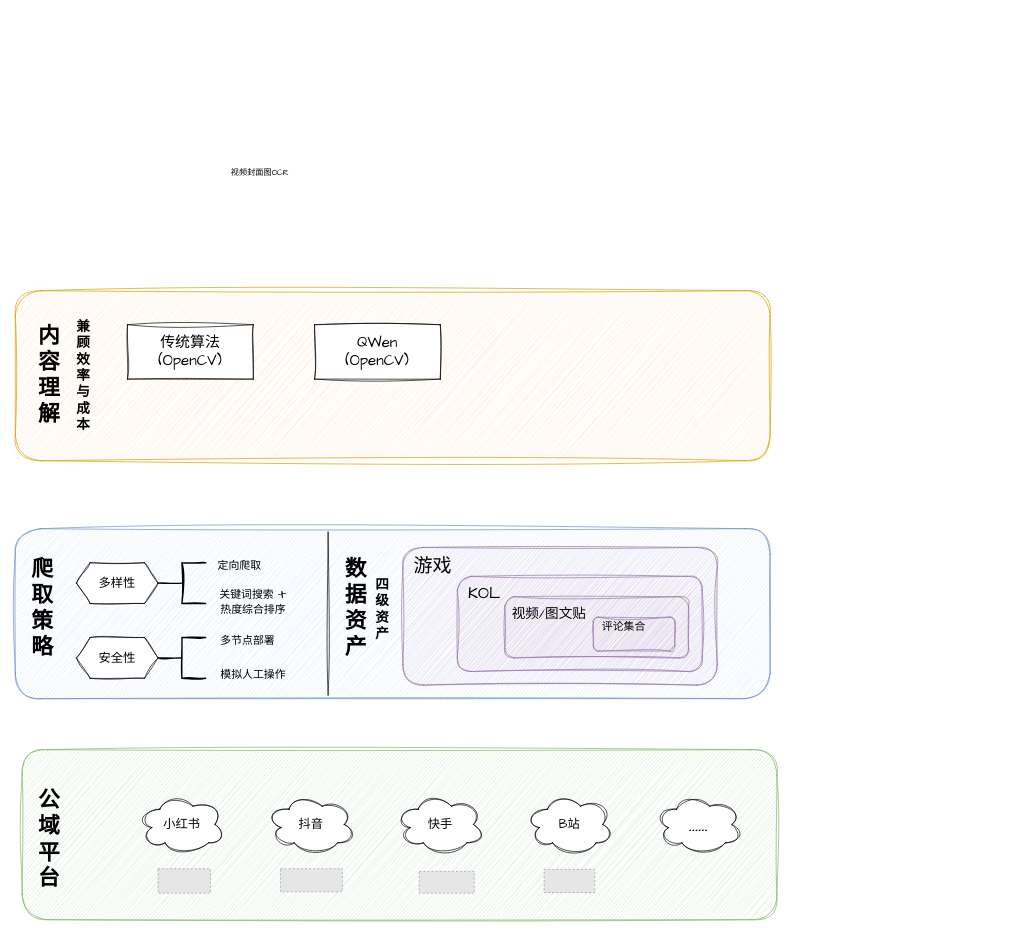
This is public-domain.drawio from skindhu/9GAG, a draw.io file, before an edit. Source tidied: cells renumbered, new cells numbered last; positions are measured from the earlier drawing's top-left corner, leaving out a move shared by most shapes. Both pictures are drawn from the tidied source at 68%, with x=0, y=0 at pixel (15, 161). Pictures stored in the file or linked from it are replaced by grey dashed boxes.
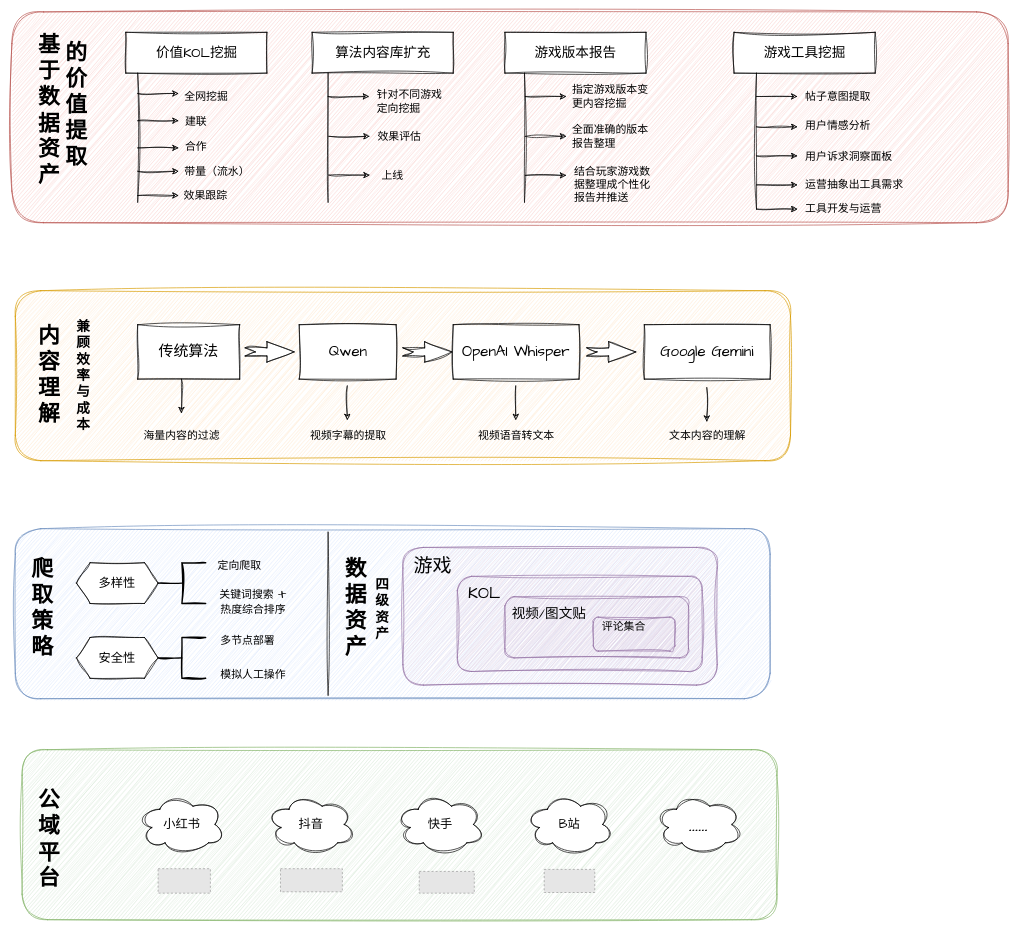
After the change.

What changed in the source:
```diff
@@
     <mxCell id="34" style="rounded=1;whiteSpace=wrap;html=1;sketch=1;hachureGap=4;jiggle=2;curveFitting=1;fontFamily=Architects Daughter;fillColor=#ffe6cc;strokeColor=#d79b00;" parent="1" vertex="1">
-      <mxGeometry y="190" width="1110" height="250" as="geometry" />
+      <mxGeometry y="190" width="1140" height="250" as="geometry" />
     </mxCell>
@@
-    <mxCell id="36" value="&lt;font style=&quot;font-size: 22px;&quot;&gt;传统算法&lt;br&gt;(OpenCV)&lt;/font&gt;" style="rounded=0;whiteSpace=wrap;html=1;sketch=1;hachureGap=4;jiggle=2;curveFitting=1;fontFamily=Architects Daughter;" parent="1" vertex="1">
-      <mxGeometry x="165" y="240" width="185" height="80" as="geometry" />
+    <mxCell id="36" value="&lt;font style=&quot;font-size: 22px;&quot;&gt;传统算法&lt;br&gt;&lt;/font&gt;" style="rounded=0;whiteSpace=wrap;html=1;sketch=1;hachureGap=4;jiggle=2;curveFitting=1;fontFamily=Architects Daughter;" parent="1" vertex="1">
+      <mxGeometry x="180" y="240" width="150" height="80" as="geometry" />
     </mxCell>
@@
-    <mxCell id="38" value="视频封面图OCR&lt;div&gt;&lt;br/&gt;&lt;/div&gt;" style="text;html=1;align=center;verticalAlign=middle;whiteSpace=wrap;rounded=0;fontFamily=Architects Daughter;" parent="1" vertex="1">
-      <mxGeometry x="295" width="130" height="50" as="geometry" />
-    </mxCell>
-    <mxCell id="39" value="&lt;font style=&quot;font-size: 22px;&quot;&gt;QWen&lt;br&gt;(OpenCV)&lt;/font&gt;" style="rounded=0;whiteSpace=wrap;html=1;sketch=1;hachureGap=4;jiggle=2;curveFitting=1;fontFamily=Architects Daughter;" parent="1" vertex="1">
-      <mxGeometry x="440" y="240" width="185" height="80" as="geometry" />
+    <mxCell id="39" value="&lt;font style=&quot;font-size: 22px;&quot;&gt;Qwen&lt;/font&gt;" style="rounded=0;whiteSpace=wrap;html=1;sketch=1;hachureGap=4;jiggle=2;curveFitting=1;fontFamily=Architects Daughter;" parent="1" vertex="1">
+      <mxGeometry x="417.5" y="240" width="142.5" height="80" as="geometry" />
     </mxCell>
+    <mxCell id="40" value="海量内容的过滤" style="text;html=1;align=center;verticalAlign=middle;whiteSpace=wrap;rounded=0;fontFamily=Architects Daughter;fontSize=16;" parent="1" vertex="1">
+      <mxGeometry x="185" y="382.5" width="120" height="40" as="geometry" />
+    </mxCell>
+    <mxCell id="41" style="endArrow=classic;html=1;rounded=0;sketch=1;hachureGap=4;jiggle=2;curveFitting=1;fontFamily=Architects Daughter;" parent="1" edge="1">
+      <mxGeometry relative="1" as="geometry">
+        <mxPoint x="244.4" y="320" as="sourcePoint" />
+        <mxPoint x="244.4" y="370" as="targetPoint" />
+      </mxGeometry>
+    </mxCell>
+    <mxCell id="42" value="视频字幕的提取" style="text;html=1;align=center;verticalAlign=middle;whiteSpace=wrap;rounded=0;fontFamily=Architects Daughter;fontSize=16;" parent="1" vertex="1">
+      <mxGeometry x="430" y="382.5" width="120" height="40" as="geometry" />
+    </mxCell>
+    <mxCell id="43" style="endArrow=classic;html=1;rounded=0;sketch=1;hachureGap=4;jiggle=2;curveFitting=1;fontFamily=Architects Daughter;" parent="1" edge="1">
+      <mxGeometry relative="1" as="geometry">
+        <mxPoint x="488.2" y="330" as="sourcePoint" />
+        <mxPoint x="488.2" y="380" as="targetPoint" />
+      </mxGeometry>
+    </mxCell>
+    <mxCell id="44" value="&lt;font style=&quot;font-size: 22px;&quot;&gt;OpenAI Whisper&lt;/font&gt;" style="rounded=0;whiteSpace=wrap;html=1;sketch=1;hachureGap=4;jiggle=2;curveFitting=1;fontFamily=Architects Daughter;" parent="1" vertex="1">
+      <mxGeometry x="644" y="240" width="185" height="80" as="geometry" />
+    </mxCell>
+    <mxCell id="45" value="视频语音转文本" style="text;html=1;align=center;verticalAlign=middle;whiteSpace=wrap;rounded=0;fontFamily=Architects Daughter;fontSize=16;" parent="1" vertex="1">
+      <mxGeometry x="676.5" y="382.5" width="120" height="40" as="geometry" />
+    </mxCell>
+    <mxCell id="46" style="endArrow=classic;html=1;rounded=0;sketch=1;hachureGap=4;jiggle=2;curveFitting=1;fontFamily=Architects Daughter;" parent="1" edge="1">
+      <mxGeometry relative="1" as="geometry">
+        <mxPoint x="735.9" y="330" as="sourcePoint" />
+        <mxPoint x="735.9" y="380" as="targetPoint" />
+      </mxGeometry>
+    </mxCell>
+    <mxCell id="47" value="&lt;font style=&quot;font-size: 22px;&quot;&gt;Google Gemini&lt;/font&gt;" style="rounded=0;whiteSpace=wrap;html=1;sketch=1;hachureGap=4;jiggle=2;curveFitting=1;fontFamily=Architects Daughter;" parent="1" vertex="1">
+      <mxGeometry x="925" y="240" width="185" height="80" as="geometry" />
+    </mxCell>
+    <mxCell id="48" value="文本内容的理解" style="text;html=1;align=center;verticalAlign=middle;whiteSpace=wrap;rounded=0;fontFamily=Architects Daughter;fontSize=16;" parent="1" vertex="1">
+      <mxGeometry x="957.5" y="382.5" width="120" height="40" as="geometry" />
+    </mxCell>
+    <mxCell id="49" style="endArrow=classic;html=1;rounded=0;sketch=1;hachureGap=4;jiggle=2;curveFitting=1;fontFamily=Architects Daughter;" parent="1" edge="1">
+      <mxGeometry relative="1" as="geometry">
+        <mxPoint x="1016.9" y="332.5" as="sourcePoint" />
+        <mxPoint x="1016.9" y="382.5" as="targetPoint" />
+      </mxGeometry>
+    </mxCell>
+    <mxCell id="50" style="html=1;shadow=0;dashed=0;align=center;verticalAlign=middle;shape=mxgraph.arrows2.arrow;dy=0.6;dx=40;notch=15;sketch=1;hachureGap=4;jiggle=2;curveFitting=1;fontFamily=Architects Daughter;" parent="1" vertex="1">
+      <mxGeometry x="338" y="265" width="72" height="30" as="geometry" />
+    </mxCell>
+    <mxCell id="51" style="html=1;shadow=0;dashed=0;align=center;verticalAlign=middle;shape=mxgraph.arrows2.arrow;dy=0.6;dx=40;notch=15;sketch=1;hachureGap=4;jiggle=2;curveFitting=1;fontFamily=Architects Daughter;" parent="1" vertex="1">
+      <mxGeometry x="570" y="265" width="72" height="30" as="geometry" />
+    </mxCell>
+    <mxCell id="52" style="html=1;shadow=0;dashed=0;align=center;verticalAlign=middle;shape=mxgraph.arrows2.arrow;dy=0.6;dx=40;notch=15;sketch=1;hachureGap=4;jiggle=2;curveFitting=1;fontFamily=Architects Daughter;" parent="1" vertex="1">
+      <mxGeometry x="840.5" y="265" width="72" height="30" as="geometry" />
+    </mxCell>
+    <mxCell id="53" style="rounded=1;whiteSpace=wrap;html=1;sketch=1;hachureGap=4;jiggle=2;curveFitting=1;fontFamily=Architects Daughter;fillColor=#f8cecc;strokeColor=#b85450;" parent="1" vertex="1">
+      <mxGeometry x="-5" y="-220" width="1465" height="310" as="geometry" />
+    </mxCell>
+    <mxCell id="54" value="基于数据资产" style="text;html=1;align=center;verticalAlign=middle;whiteSpace=wrap;rounded=0;fontFamily=Architects Daughter;fontSize=32;fontStyle=1;" parent="1" vertex="1">
+      <mxGeometry x="30" y="-142" width="40" height="135" as="geometry" />
+    </mxCell>
+    <mxCell id="55" value="的价值提取" style="text;html=1;align=center;verticalAlign=middle;whiteSpace=wrap;rounded=0;fontFamily=Architects Daughter;fontSize=32;fontStyle=1;" parent="1" vertex="1">
+      <mxGeometry x="70" y="-150" width="40" height="135" as="geometry" />
+    </mxCell>
+    <mxCell id="56" value="&lt;font style=&quot;font-size: 20px;&quot;&gt;价值KOL挖掘&lt;/font&gt;" style="rounded=0;whiteSpace=wrap;html=1;sketch=1;hachureGap=4;jiggle=2;curveFitting=1;fontFamily=Architects Daughter;fontSize=16;" parent="1" vertex="1">
+      <mxGeometry x="162.5" y="-190" width="207.5" height="60" as="geometry" />
+    </mxCell>
+    <mxCell id="57" style="endArrow=none;html=1;rounded=0;sketch=1;hachureGap=4;jiggle=2;curveFitting=1;fontFamily=Architects Daughter;" parent="1" edge="1">
+      <mxGeometry relative="1" as="geometry">
+        <mxPoint x="180" y="60" as="sourcePoint" />
+        <mxPoint x="180" y="-130" as="targetPoint" />
+      </mxGeometry>
+    </mxCell>
+    <mxCell id="58" style="endArrow=classic;html=1;rounded=0;sketch=1;hachureGap=4;jiggle=2;curveFitting=1;fontFamily=Architects Daughter;" parent="1" edge="1">
+      <mxGeometry relative="1" as="geometry">
+        <mxPoint x="180" y="-100" as="sourcePoint" />
+        <mxPoint x="240" y="-100" as="targetPoint" />
+      </mxGeometry>
+    </mxCell>
+    <mxCell id="59" value="全网挖掘" style="text;html=1;align=left;verticalAlign=middle;whiteSpace=wrap;rounded=0;fontFamily=Architects Daughter;fontSize=16;" parent="1" vertex="1">
+      <mxGeometry x="246.5" y="-110" width="83.5" height="30" as="geometry" />
+    </mxCell>
+    <mxCell id="60" style="endArrow=classic;html=1;rounded=0;sketch=1;hachureGap=4;jiggle=2;curveFitting=1;fontFamily=Architects Daughter;" parent="1" edge="1">
+      <mxGeometry relative="1" as="geometry">
+        <mxPoint x="180" y="-60" as="sourcePoint" />
+        <mxPoint x="240" y="-60" as="targetPoint" />
+      </mxGeometry>
+    </mxCell>
+    <mxCell id="61" value="建联" style="text;html=1;align=center;verticalAlign=middle;whiteSpace=wrap;rounded=0;fontFamily=Architects Daughter;fontSize=16;" parent="1" vertex="1">
+      <mxGeometry x="206" y="-73" width="120.1" height="30" as="geometry" />
+    </mxCell>
+    <mxCell id="62" style="endArrow=classic;html=1;rounded=0;sketch=1;hachureGap=4;jiggle=2;curveFitting=1;fontFamily=Architects Daughter;" parent="1" edge="1">
+      <mxGeometry relative="1" as="geometry">
+        <mxPoint x="180" y="-20" as="sourcePoint" />
+        <mxPoint x="240" y="-20" as="targetPoint" />
+      </mxGeometry>
+    </mxCell>
+    <mxCell id="63" value="合作" style="text;html=1;align=center;verticalAlign=middle;whiteSpace=wrap;rounded=0;fontFamily=Architects Daughter;fontSize=16;" parent="1" vertex="1">
+      <mxGeometry x="226.2" y="-37" width="80.1" height="30" as="geometry" />
+    </mxCell>
+    <mxCell id="64" style="endArrow=classic;html=1;rounded=0;sketch=1;hachureGap=4;jiggle=2;curveFitting=1;fontFamily=Architects Daughter;" parent="1" edge="1">
+      <mxGeometry relative="1" as="geometry">
+        <mxPoint x="180" y="14.4" as="sourcePoint" />
+        <mxPoint x="240" y="14.4" as="targetPoint" />
+      </mxGeometry>
+    </mxCell>
+    <mxCell id="65" value="带量（流水）" style="text;html=1;align=left;verticalAlign=middle;whiteSpace=wrap;rounded=0;fontFamily=Architects Daughter;fontSize=16;" parent="1" vertex="1">
+      <mxGeometry x="246.5" width="112.1" height="30" as="geometry" />
+    </mxCell>
+    <mxCell id="66" style="endArrow=classic;html=1;rounded=0;sketch=1;hachureGap=4;jiggle=2;curveFitting=1;fontFamily=Architects Daughter;" parent="1" edge="1">
+      <mxGeometry relative="1" as="geometry">
+        <mxPoint x="180" y="50" as="sourcePoint" />
+        <mxPoint x="240" y="50" as="targetPoint" />
+      </mxGeometry>
+    </mxCell>
+    <mxCell id="67" value="效果跟踪" style="text;html=1;align=center;verticalAlign=middle;whiteSpace=wrap;rounded=0;fontFamily=Architects Daughter;fontSize=16;" parent="1" vertex="1">
+      <mxGeometry x="240" y="36" width="80.1" height="30" as="geometry" />
+    </mxCell>
+    <mxCell id="68" value="&lt;span style=&quot;font-size: 20px;&quot;&gt;算法内容库扩充&lt;/span&gt;" style="rounded=0;whiteSpace=wrap;html=1;sketch=1;hachureGap=4;jiggle=2;curveFitting=1;fontFamily=Architects Daughter;fontSize=16;" parent="1" vertex="1">
+      <mxGeometry x="436.5" y="-190" width="207.5" height="60" as="geometry" />
+    </mxCell>
+    <mxCell id="69" style="endArrow=none;html=1;rounded=0;sketch=1;hachureGap=4;jiggle=2;curveFitting=1;fontFamily=Architects Daughter;exitX=0.162;exitY=0.962;exitDx=0;exitDy=0;exitPerimeter=0;" parent="1" edge="1">
+      <mxGeometry relative="1" as="geometry">
+        <mxPoint x="460" y="60" as="sourcePoint" />
+        <mxPoint x="460" y="-130" as="targetPoint" />
+      </mxGeometry>
+    </mxCell>
+    <mxCell id="70" style="endArrow=classic;html=1;rounded=0;sketch=1;hachureGap=4;jiggle=2;curveFitting=1;fontFamily=Architects Daughter;" parent="1" edge="1">
+      <mxGeometry relative="1" as="geometry">
+        <mxPoint x="460" y="-95.6" as="sourcePoint" />
+        <mxPoint x="520" y="-95.6" as="targetPoint" />
+      </mxGeometry>
+    </mxCell>
+    <mxCell id="71" value="针对不同游戏&lt;br&gt;定向挖掘" style="text;html=1;align=left;verticalAlign=middle;whiteSpace=wrap;rounded=0;fontFamily=Architects Daughter;fontSize=16;" parent="1" vertex="1">
+      <mxGeometry x="530" y="-103" width="120" height="30" as="geometry" />
+    </mxCell>
+    <mxCell id="72" style="endArrow=classic;html=1;rounded=0;sketch=1;hachureGap=4;jiggle=2;curveFitting=1;fontFamily=Architects Daughter;" parent="1" edge="1">
+      <mxGeometry relative="1" as="geometry">
+        <mxPoint x="461" y="-37" as="sourcePoint" />
+        <mxPoint x="521" y="-37" as="targetPoint" />
+      </mxGeometry>
+    </mxCell>
+    <mxCell id="73" value="效果评估" style="text;html=1;align=center;verticalAlign=middle;whiteSpace=wrap;rounded=0;fontFamily=Architects Daughter;fontSize=16;" parent="1" vertex="1">
+      <mxGeometry x="504.9" y="-51" width="120.1" height="30" as="geometry" />
+    </mxCell>
+    <mxCell id="74" style="endArrow=classic;html=1;rounded=0;sketch=1;hachureGap=4;jiggle=2;curveFitting=1;fontFamily=Architects Daughter;" parent="1" edge="1">
+      <mxGeometry relative="1" as="geometry">
+        <mxPoint x="461" y="20" as="sourcePoint" />
+        <mxPoint x="521" y="20" as="targetPoint" />
+      </mxGeometry>
+    </mxCell>
+    <mxCell id="75" value="上线" style="text;html=1;align=center;verticalAlign=middle;whiteSpace=wrap;rounded=0;fontFamily=Architects Daughter;fontSize=16;" parent="1" vertex="1">
+      <mxGeometry x="494.9" y="6" width="120.1" height="30" as="geometry" />
+    </mxCell>
+    <mxCell id="76" value="&lt;span style=&quot;font-size: 20px;&quot;&gt;游戏版本报告&lt;/span&gt;" style="rounded=0;whiteSpace=wrap;html=1;sketch=1;hachureGap=4;jiggle=2;curveFitting=1;fontFamily=Architects Daughter;fontSize=16;" parent="1" vertex="1">
+      <mxGeometry x="720" y="-190" width="207.5" height="60" as="geometry" />
+    </mxCell>
+    <mxCell id="77" style="endArrow=none;html=1;rounded=0;sketch=1;hachureGap=4;jiggle=2;curveFitting=1;fontFamily=Architects Daughter;exitX=0.162;exitY=0.962;exitDx=0;exitDy=0;exitPerimeter=0;" parent="1" edge="1">
+      <mxGeometry relative="1" as="geometry">
+        <mxPoint x="748.8" y="60" as="sourcePoint" />
+        <mxPoint x="748.8" y="-130" as="targetPoint" />
+      </mxGeometry>
+    </mxCell>
+    <mxCell id="78" style="endArrow=classic;html=1;rounded=0;sketch=1;hachureGap=4;jiggle=2;curveFitting=1;fontFamily=Architects Daughter;" parent="1" edge="1">
+      <mxGeometry relative="1" as="geometry">
+        <mxPoint x="750" y="-95.6" as="sourcePoint" />
+        <mxPoint x="810" y="-95.6" as="targetPoint" />
+      </mxGeometry>
+    </mxCell>
+    <mxCell id="79" value="指定游戏版本变更内容挖掘" style="text;html=1;align=left;verticalAlign=middle;whiteSpace=wrap;rounded=0;fontFamily=Architects Daughter;fontSize=16;" parent="1" vertex="1">
+      <mxGeometry x="816.5" y="-110" width="120" height="30" as="geometry" />
+    </mxCell>
+    <mxCell id="80" style="endArrow=classic;html=1;rounded=0;sketch=1;hachureGap=4;jiggle=2;curveFitting=1;fontFamily=Architects Daughter;" parent="1" edge="1">
+      <mxGeometry relative="1" as="geometry">
+        <mxPoint x="750" y="-37" as="sourcePoint" />
+        <mxPoint x="810" y="-37" as="targetPoint" />
+      </mxGeometry>
+    </mxCell>
+    <mxCell id="81" value="全面准确的版本报告整理" style="text;html=1;align=left;verticalAlign=middle;whiteSpace=wrap;rounded=0;fontFamily=Architects Daughter;fontSize=16;" parent="1" vertex="1">
+      <mxGeometry x="816.5" y="-51" width="120" height="30" as="geometry" />
+    </mxCell>
+    <mxCell id="82" style="endArrow=classic;html=1;rounded=0;sketch=1;hachureGap=4;jiggle=2;curveFitting=1;fontFamily=Architects Daughter;" parent="1" edge="1">
+      <mxGeometry relative="1" as="geometry">
+        <mxPoint x="750" y="20.4" as="sourcePoint" />
+        <mxPoint x="810" y="20.4" as="targetPoint" />
+      </mxGeometry>
+    </mxCell>
+    <mxCell id="83" value="结合玩家游戏数据整理成个性化报告并推送" style="text;html=1;align=left;verticalAlign=middle;whiteSpace=wrap;rounded=0;fontFamily=Architects Daughter;fontSize=16;" parent="1" vertex="1">
+      <mxGeometry x="820" y="20" width="120" height="30" as="geometry" />
+    </mxCell>
+    <mxCell id="84" value="&lt;span style=&quot;font-size: 20px;&quot;&gt;游戏工具挖掘&lt;/span&gt;" style="rounded=0;whiteSpace=wrap;html=1;sketch=1;hachureGap=4;jiggle=2;curveFitting=1;fontFamily=Architects Daughter;fontSize=16;" parent="1" vertex="1">
+      <mxGeometry x="1057" y="-190" width="207.5" height="60" as="geometry" />
+    </mxCell>
+    <mxCell id="85" style="endArrow=none;html=1;rounded=0;sketch=1;hachureGap=4;jiggle=2;curveFitting=1;fontFamily=Architects Daughter;" parent="1" edge="1">
+      <mxGeometry relative="1" as="geometry">
+        <mxPoint x="1090" y="70" as="sourcePoint" />
+        <mxPoint x="1090" y="-130" as="targetPoint" />
+      </mxGeometry>
+    </mxCell>
+    <mxCell id="86" style="endArrow=classic;html=1;rounded=0;sketch=1;hachureGap=4;jiggle=2;curveFitting=1;fontFamily=Architects Daughter;" parent="1" edge="1">
+      <mxGeometry relative="1" as="geometry">
+        <mxPoint x="1090" y="-95.6" as="sourcePoint" />
+        <mxPoint x="1150" y="-95.6" as="targetPoint" />
+      </mxGeometry>
+    </mxCell>
+    <mxCell id="87" value="帖子意图提取" style="text;html=1;align=left;verticalAlign=middle;whiteSpace=wrap;rounded=0;fontFamily=Architects Daughter;fontSize=16;" parent="1" vertex="1">
+      <mxGeometry x="1160" y="-110" width="120" height="30" as="geometry" />
+    </mxCell>
+    <mxCell id="88" style="endArrow=classic;html=1;rounded=0;sketch=1;hachureGap=4;jiggle=2;curveFitting=1;fontFamily=Architects Daughter;" parent="1" edge="1">
+      <mxGeometry relative="1" as="geometry">
+        <mxPoint x="1090" y="-51" as="sourcePoint" />
+        <mxPoint x="1150" y="-51" as="targetPoint" />
+      </mxGeometry>
+    </mxCell>
+    <mxCell id="89" value="用户情感分析" style="text;html=1;align=left;verticalAlign=middle;whiteSpace=wrap;rounded=0;fontFamily=Architects Daughter;fontSize=16;" parent="1" vertex="1">
+      <mxGeometry x="1160" y="-67" width="120" height="30" as="geometry" />
+    </mxCell>
+    <mxCell id="90" style="endArrow=classic;html=1;rounded=0;sketch=1;hachureGap=4;jiggle=2;curveFitting=1;fontFamily=Architects Daughter;" parent="1" edge="1">
+      <mxGeometry relative="1" as="geometry">
+        <mxPoint x="1090" y="-8.2" as="sourcePoint" />
+        <mxPoint x="1150" y="-8.2" as="targetPoint" />
+      </mxGeometry>
+    </mxCell>
+    <mxCell id="91" value="用户诉求洞察面板" style="text;html=1;align=left;verticalAlign=middle;whiteSpace=wrap;rounded=0;fontFamily=Architects Daughter;fontSize=16;" parent="1" vertex="1">
+      <mxGeometry x="1160" y="-21" width="130" height="30" as="geometry" />
+    </mxCell>
+    <mxCell id="92" style="endArrow=classic;html=1;rounded=0;sketch=1;hachureGap=4;jiggle=2;curveFitting=1;fontFamily=Architects Daughter;" parent="1" edge="1">
+      <mxGeometry relative="1" as="geometry">
+        <mxPoint x="1090" y="34.4" as="sourcePoint" />
+        <mxPoint x="1150" y="34.4" as="targetPoint" />
+      </mxGeometry>
+    </mxCell>
+    <mxCell id="93" value="运营抽象出工具需求" style="text;html=1;align=left;verticalAlign=middle;whiteSpace=wrap;rounded=0;fontFamily=Architects Daughter;fontSize=16;" parent="1" vertex="1">
+      <mxGeometry x="1160" y="20" width="190" height="30" as="geometry" />
+    </mxCell>
+    <mxCell id="94" style="endArrow=classic;html=1;rounded=0;sketch=1;hachureGap=4;jiggle=2;curveFitting=1;fontFamily=Architects Daughter;" parent="1" edge="1">
+      <mxGeometry relative="1" as="geometry">
+        <mxPoint x="1090" y="70" as="sourcePoint" />
+        <mxPoint x="1150" y="70" as="targetPoint" />
+      </mxGeometry>
+    </mxCell>
+    <mxCell id="95" value="工具开发与运营" style="text;html=1;align=left;verticalAlign=middle;whiteSpace=wrap;rounded=0;fontFamily=Architects Daughter;fontSize=16;" parent="1" vertex="1">
+      <mxGeometry x="1160" y="55" width="190" height="30" as="geometry" />
+    </mxCell>
```
